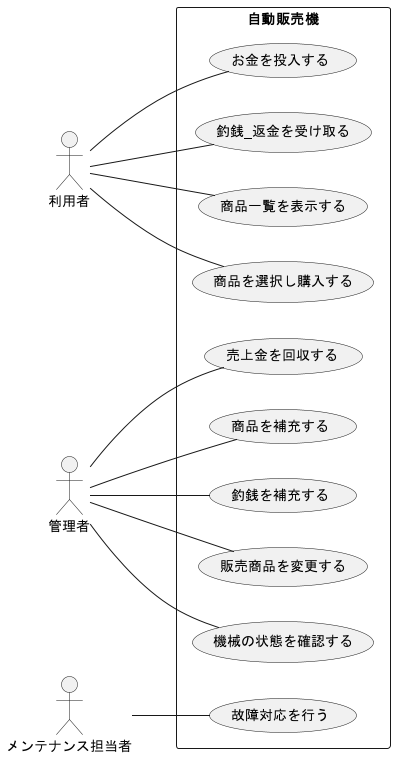
Before: ユースケース図/自動販売機_ユースケース図_レビュー後.png, a diagram exported from PlantUML (masaki-kato-119/VendingMachine).
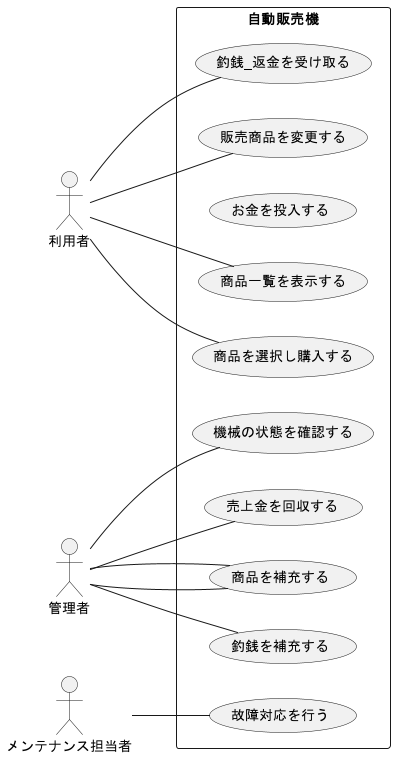
The same file after the commit.

Diff of the diagram source:
```diff
@@ -9,24 +9,26 @@
 rectangle 自動販売機 {
     usecase 商品一覧を表示する as UC1
     usecase 商品を選択し購入する as UC2
-    usecase お金を投入する as UC8
-    usecase 釣銭_返金を受け取る as UC9
-    usecase 売上金を回収する  as UC3
-    usecase 商品を補充する  as UC4
-    usecase 釣銭を補充する  as UC5
-    usecase 販売商品を変更する as UC6
-    usecase 故障対応を行う as UC7
+    usecase お金を投入する as UC3
+    usecase 釣銭_返金を受け取る as UC4
+    usecase 売上金を回収する  as UC5
+    usecase 商品を補充する as UC6
+    usecase 釣銭を補充する as UC7
+    usecase 販売商品を変更する as UC8
+    usecase 故障対応を行う as UC9
     usecase 機械の状態を確認する as UC10
 }
+
 利用者 -- UC1
 利用者 -- UC2
 利用者 -- UC8
-利用者 -- UC9
-管理者 -- UC3
-管理者 -- UC4
+利用者 -- UC4
 管理者 -- UC5
 管理者 -- UC6
-メンテナンス担当者 -- UC7
+管理者 -- UC7
+管理者 -- UC6
+
+メンテナンス担当者 -- UC9
 管理者 -- UC10
 
 @enduml
```
